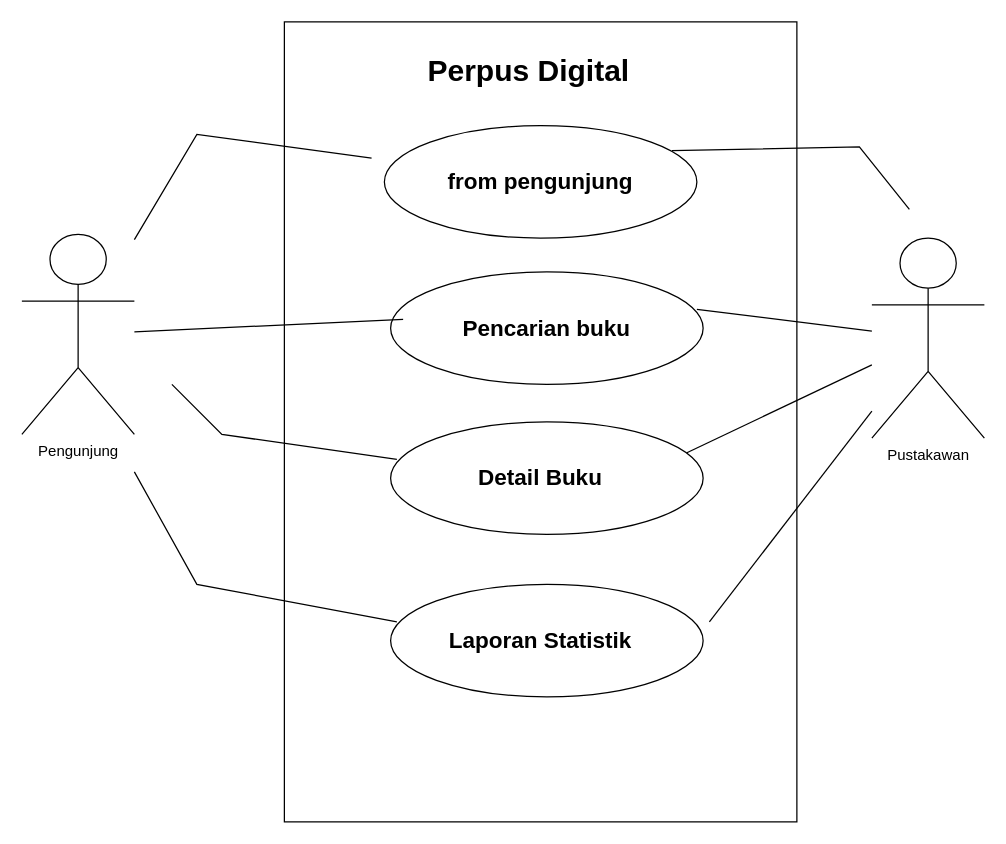
Before: use-case-diagram-perpus-digital.drawio in elisamardiyani0/perpus_digital-TEPA, a draw.io diagram. Source tidied: cells renumbered, new cells numbered last; positions are measured from the earlier drawing's top-left corner, leaving out a move shared by most shapes. Both pictures are drawn from the tidied source at 125%, with x=0, y=0 at pixel (21, 21).
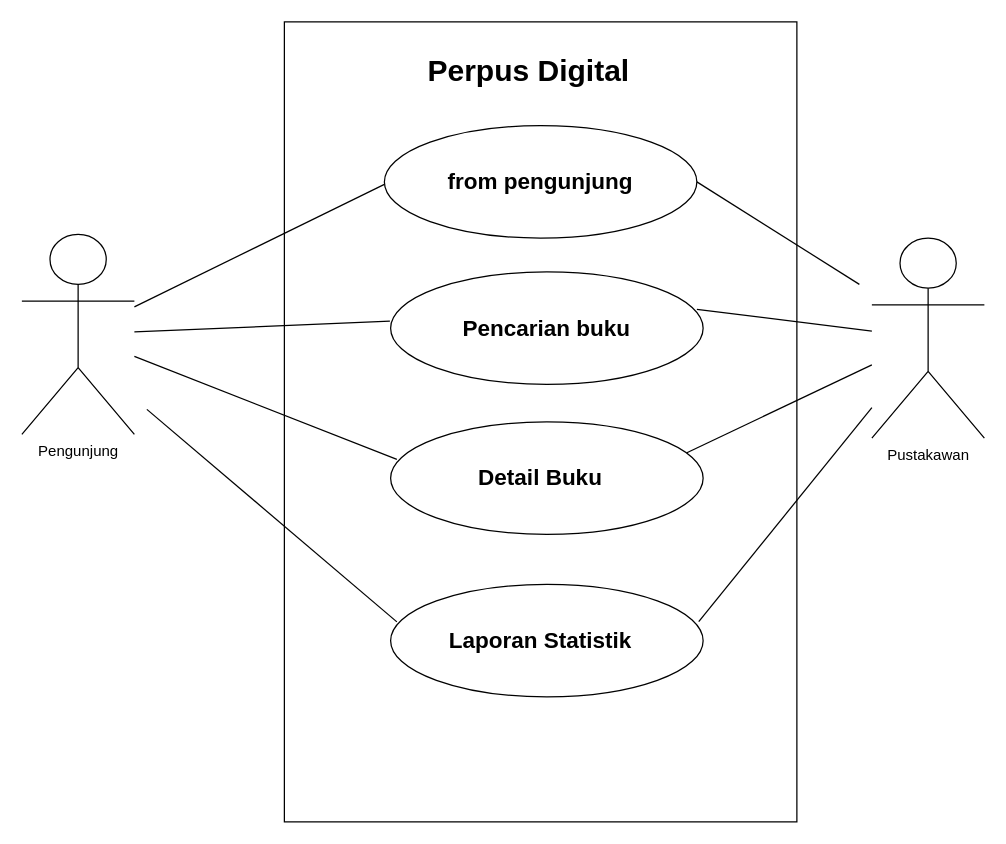
The same page after the edit.

The change refers to these unchanged cells:
```xml
<mxCell id="3" style="ellipse;whiteSpace=wrap;html=1;" parent="1" vertex="1">
  <mxGeometry x="290" y="83" width="250" height="90" as="geometry" />
</mxCell>
<mxCell id="8" value="Pustakawan" style="shape=umlActor;verticalLabelPosition=bottom;verticalAlign=top;html=1;outlineConnect=0;" parent="1" vertex="1">
  <mxGeometry x="680" y="173" width="90" height="160" as="geometry" />
</mxCell>
<mxCell id="9" value="Pengunjung" style="shape=umlActor;verticalLabelPosition=bottom;verticalAlign=top;html=1;outlineConnect=0;" parent="1" vertex="1">
  <mxGeometry y="170" width="90" height="160" as="geometry" />
</mxCell>
<mxCell id="10" value="&lt;h2&gt;from pengunjung&lt;/h2&gt;" style="text;html=1;strokeColor=none;fillColor=none;align=center;verticalAlign=middle;whiteSpace=wrap;rounded=0;fontStyle=0;fontFamily=Helvetica;" parent="1" vertex="1">
  <mxGeometry x="185" y="113" width="460" height="30" as="geometry" />
</mxCell>
<mxCell id="11" value="&lt;h2&gt;Pencarian buku&lt;/h2&gt;&lt;div&gt;&lt;br&gt;&lt;/div&gt;" style="text;html=1;strokeColor=none;fillColor=none;align=center;verticalAlign=middle;whiteSpace=wrap;rounded=0;fontStyle=0;fontFamily=Helvetica;" parent="1" vertex="1">
  <mxGeometry x="190" y="238" width="460" height="30" as="geometry" />
</mxCell>
<mxCell id="12" value="&lt;h2&gt;Detail Buku&lt;/h2&gt;" style="text;html=1;strokeColor=none;fillColor=none;align=center;verticalAlign=middle;whiteSpace=wrap;rounded=0;fontStyle=0;fontFamily=Helvetica;" parent="1" vertex="1">
  <mxGeometry x="185" y="350" width="460" height="30" as="geometry" />
</mxCell>
<mxCell id="13" value="&lt;h2&gt;Laporan Statistik&lt;/h2&gt;" style="text;html=1;strokeColor=none;fillColor=none;align=center;verticalAlign=middle;whiteSpace=wrap;rounded=0;fontStyle=0;fontFamily=Helvetica;" parent="1" vertex="1">
  <mxGeometry x="185" y="480" width="460" height="30" as="geometry" />
</mxCell>
```

Change to the diagram source:
```diff
@@
-    <mxCell id="14" style="endArrow=none;html=1;rounded=0;entryX=0.206;entryY=-0.133;entryDx=0;entryDy=0;entryPerimeter=0;" parent="1" edge="1" source="9" target="10">
+    <mxCell id="14" style="endArrow=none;html=1;rounded=0;" parent="1" edge="1" source="9">
       <mxGeometry relative="1" as="geometry">
-        <Array as="points">
-          <mxPoint x="140" y="90" />
-        </Array>
+        <mxPoint x="290" y="130" as="targetPoint" />
       </mxGeometry>
     </mxCell>
-    <mxCell id="15" style="endArrow=none;html=1;rounded=0;entryX=0.25;entryY=0;entryDx=0;entryDy=0;" parent="1" edge="1" source="9" target="11">
+    <mxCell id="15" style="endArrow=none;html=1;rounded=0;entryX=0.227;entryY=0.046;entryDx=0;entryDy=0;entryPerimeter=0;" parent="1" edge="1" source="9" target="11">
       <mxGeometry relative="1" as="geometry" />
     </mxCell>
-    <mxCell id="16" style="endArrow=none;html=1;rounded=0;entryX=0.25;entryY=0;entryDx=0;entryDy=0;" parent="1" edge="1" target="12">
-      <mxGeometry relative="1" as="geometry">
-        <mxPoint x="120" y="290" as="sourcePoint" />
-        <Array as="points">
-          <mxPoint x="160" y="330" />
-        </Array>
-      </mxGeometry>
+    <mxCell id="16" style="endArrow=none;html=1;rounded=0;entryX=0.25;entryY=0;entryDx=0;entryDy=0;" parent="1" edge="1" source="9" target="12">
+      <mxGeometry relative="1" as="geometry" />
     </mxCell>
-    <mxCell id="17" style="endArrow=none;html=1;rounded=0;" parent="1" edge="1" target="8">
-      <mxGeometry relative="1" as="geometry">
-        <mxPoint x="550" y="480" as="sourcePoint" />
-      </mxGeometry>
+    <mxCell id="17" style="endArrow=none;html=1;rounded=0;exitX=0.775;exitY=-0.006;exitDx=0;exitDy=0;exitPerimeter=0;" parent="1" edge="1" source="13" target="8">
+      <mxGeometry relative="1" as="geometry" />
     </mxCell>
@@
-    <mxCell id="20" style="endArrow=none;html=1;rounded=0;exitX=0.75;exitY=0;exitDx=0;exitDy=0;" parent="1" edge="1">
+    <mxCell id="20" style="endArrow=none;html=1;rounded=0;exitX=1;exitY=0.5;exitDx=0;exitDy=0;" parent="1" edge="1" source="3">
       <mxGeometry relative="1" as="geometry">
-        <mxPoint x="520" y="103" as="sourcePoint" />
-        <mxPoint x="710" y="150" as="targetPoint" />
-        <Array as="points">
-          <mxPoint x="670" y="100" />
-        </Array>
+        <mxPoint x="670" y="210" as="targetPoint" />
       </mxGeometry>
     </mxCell>
     <mxCell id="21" style="endArrow=none;html=1;rounded=0;entryX=0.25;entryY=0;entryDx=0;entryDy=0;" parent="1" edge="1" target="13">
       <mxGeometry relative="1" as="geometry">
-        <mxPoint x="90" y="360" as="sourcePoint" />
-        <Array as="points">
-          <mxPoint x="140" y="450" />
-        </Array>
+        <mxPoint x="100" y="310" as="sourcePoint" />
       </mxGeometry>
     </mxCell>
```
